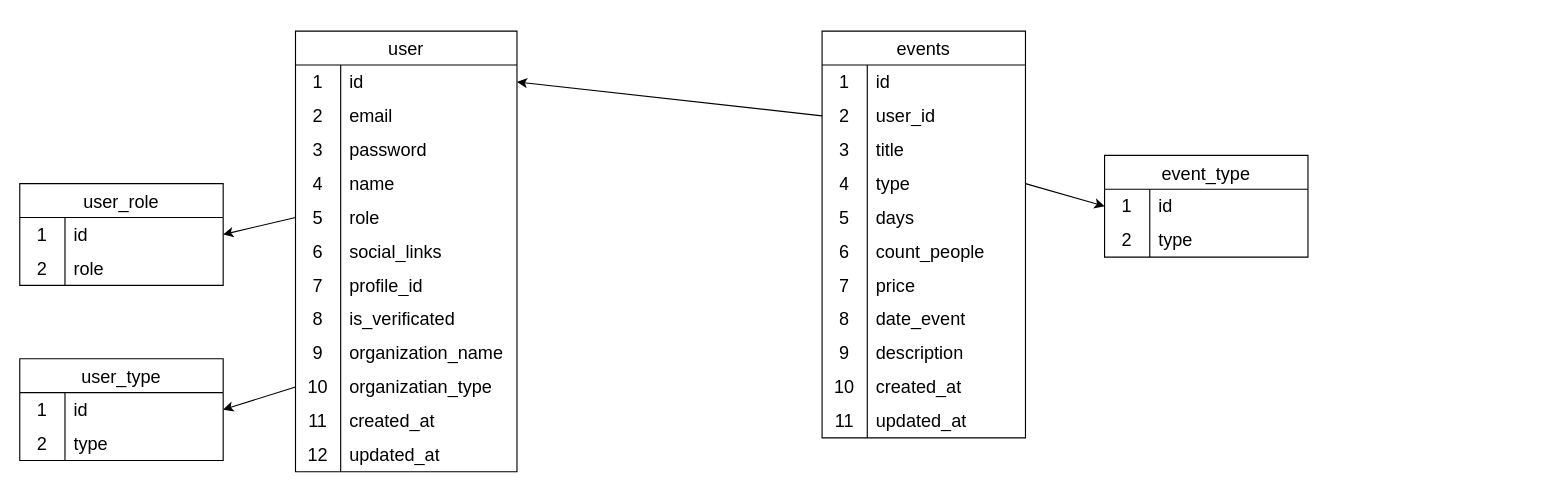
Above: api/prisma/schema/database.drawio in BlackDarkes/NorthGuide (draw.io), before the change. Source tidied: cells renumbered, new cells numbered last; positions are measured from the earlier drawing's top-left corner, leaving out a move shared by most shapes. Both pictures are drawn from the tidied source at 113%, with x=0, y=0 at pixel (19, 31).
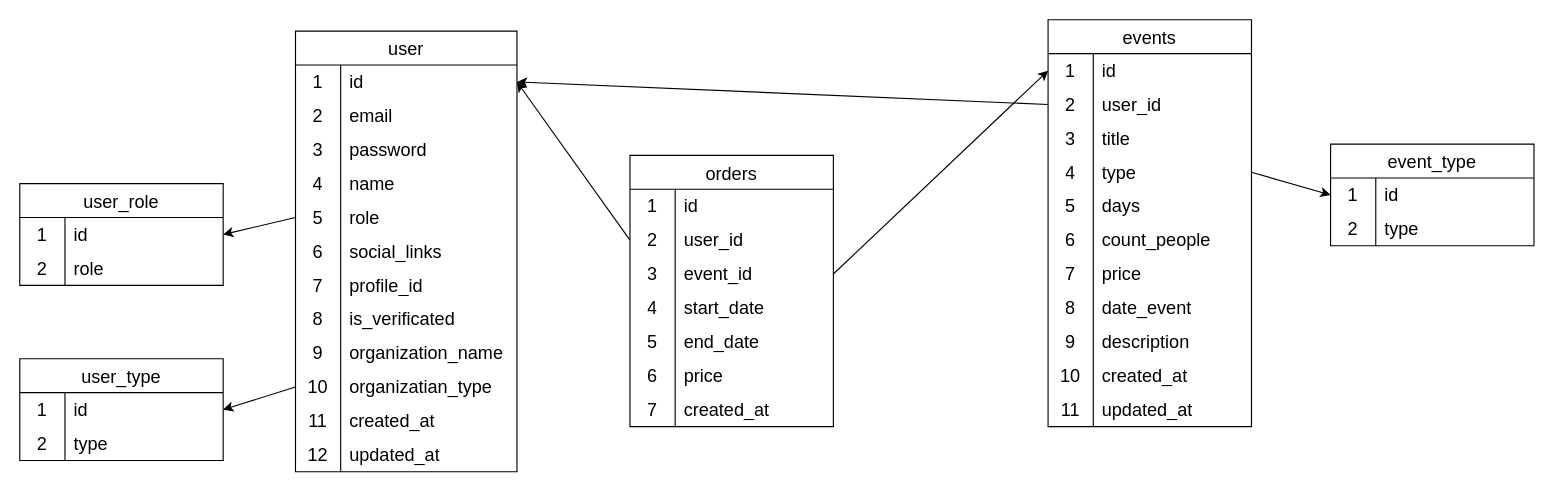
Above is the later version.

Unchanged cells that the change refers to:
```xml
<mxCell id="3" style="shape=tableRow;horizontal=0;startSize=0;swimlaneHead=0;swimlaneBody=0;top=0;left=0;bottom=0;right=0;fillColor=none;points=[[0,0.5],[1,0.5]];portConstraint=eastwest;strokeColor=inherit;fontSize=16;" parent="2" vertex="1">
  <mxGeometry y="30" width="196" height="30" as="geometry" />
</mxCell>
<mxCell id="40" style="shape=tableRow;horizontal=0;startSize=0;swimlaneHead=0;swimlaneBody=0;top=0;left=0;bottom=0;right=0;fillColor=none;points=[[0,0.5],[1,0.5]];portConstraint=eastwest;strokeColor=inherit;fontSize=16;" parent="39" vertex="1">
  <mxGeometry y="30" width="180" height="30" as="geometry" />
</mxCell>
```

The edit, as a diff of the source:
```diff
@@
     <mxCell id="39" value="events" style="shape=table;startSize=30;childLayout=tableLayout;rowLines=0;fontStyle=0;strokeColor=default;fontSize=16;" parent="1" vertex="1">
-      <mxGeometry x="710" width="180" height="360" as="geometry" />
+      <mxGeometry x="910" y="-10" width="180" height="360" as="geometry" />
     </mxCell>
@@
     <mxCell id="74" value="event_type" style="shape=table;startSize=30;childLayout=tableLayout;rowLines=0;fontStyle=0;strokeColor=default;fontSize=16;" parent="1" vertex="1">
-      <mxGeometry x="960" y="110" width="180" height="90" as="geometry" />
+      <mxGeometry x="1160" y="100" width="180" height="90" as="geometry" />
     </mxCell>
@@
+    <mxCell id="98" value="orders" style="shape=table;startSize=30;childLayout=tableLayout;rowLines=0;fontStyle=0;strokeColor=default;fontSize=16;" parent="1" vertex="1">
+      <mxGeometry x="540" y="110" width="180" height="240" as="geometry" />
+    </mxCell>
+    <mxCell id="99" style="shape=tableRow;horizontal=0;startSize=0;swimlaneHead=0;swimlaneBody=0;top=0;left=0;bottom=0;right=0;fillColor=none;strokeColor=inherit;fontSize=16;" parent="98" vertex="1">
+      <mxGeometry y="30" width="180" height="30" as="geometry" />
+    </mxCell>
+    <mxCell id="100" value="1" style="shape=partialRectangle;html=1;whiteSpace=wrap;fillColor=none;top=0;left=0;bottom=0;right=0;overflow=hidden;strokeColor=inherit;fontSize=16;" parent="99" vertex="1">
+      <mxGeometry width="40" height="30" as="geometry" />
+    </mxCell>
+    <mxCell id="101" value="id" style="shape=partialRectangle;html=1;whiteSpace=wrap;fillColor=none;top=0;left=0;bottom=0;right=0;align=left;spacingLeft=6;overflow=hidden;strokeColor=inherit;fontSize=16;" parent="99" vertex="1">
+      <mxGeometry x="40" width="140" height="30" as="geometry" />
+    </mxCell>
+    <mxCell id="102" style="shape=tableRow;horizontal=0;startSize=0;swimlaneHead=0;swimlaneBody=0;top=0;left=0;bottom=0;right=0;fillColor=none;points=[[0,0.5],[1,0.5]];portConstraint=eastwest;strokeColor=inherit;fontSize=16;" parent="98" vertex="1">
+      <mxGeometry y="60" width="180" height="30" as="geometry" />
+    </mxCell>
+    <mxCell id="103" value="2" style="shape=partialRectangle;html=1;whiteSpace=wrap;fillColor=none;top=0;left=0;bottom=0;right=0;overflow=hidden;strokeColor=inherit;fontSize=16;" parent="102" vertex="1">
+      <mxGeometry width="40" height="30" as="geometry" />
+    </mxCell>
+    <mxCell id="104" value="user_id" style="shape=partialRectangle;html=1;whiteSpace=wrap;fillColor=none;top=0;left=0;bottom=0;right=0;align=left;spacingLeft=6;overflow=hidden;strokeColor=inherit;fontSize=16;" parent="102" vertex="1">
+      <mxGeometry x="40" width="140" height="30" as="geometry" />
+    </mxCell>
+    <mxCell id="105" style="shape=tableRow;horizontal=0;startSize=0;swimlaneHead=0;swimlaneBody=0;top=0;left=0;bottom=0;right=0;fillColor=none;points=[[0,0.5],[1,0.5]];portConstraint=eastwest;strokeColor=inherit;fontSize=16;" parent="98" vertex="1">
+      <mxGeometry y="90" width="180" height="30" as="geometry" />
+    </mxCell>
+    <mxCell id="106" value="3" style="shape=partialRectangle;html=1;whiteSpace=wrap;fillColor=none;top=0;left=0;bottom=0;right=0;overflow=hidden;strokeColor=inherit;fontSize=16;" parent="105" vertex="1">
+      <mxGeometry width="40" height="30" as="geometry" />
+    </mxCell>
+    <mxCell id="107" value="event_id" style="shape=partialRectangle;html=1;whiteSpace=wrap;fillColor=none;top=0;left=0;bottom=0;right=0;align=left;spacingLeft=6;overflow=hidden;strokeColor=inherit;fontSize=16;" parent="105" vertex="1">
+      <mxGeometry x="40" width="140" height="30" as="geometry" />
+    </mxCell>
+    <mxCell id="108" style="shape=tableRow;horizontal=0;startSize=0;swimlaneHead=0;swimlaneBody=0;top=0;left=0;bottom=0;right=0;fillColor=none;strokeColor=inherit;fontSize=16;" parent="98" vertex="1">
+      <mxGeometry y="120" width="180" height="30" as="geometry" />
+    </mxCell>
+    <mxCell id="109" value="4" style="shape=partialRectangle;html=1;whiteSpace=wrap;fillColor=none;top=0;left=0;bottom=0;right=0;overflow=hidden;strokeColor=inherit;fontSize=16;" parent="108" vertex="1">
+      <mxGeometry width="40" height="30" as="geometry" />
+    </mxCell>
+    <mxCell id="110" value="start_date" style="shape=partialRectangle;html=1;whiteSpace=wrap;fillColor=none;top=0;left=0;bottom=0;right=0;align=left;spacingLeft=6;overflow=hidden;strokeColor=inherit;fontSize=16;" parent="108" vertex="1">
+      <mxGeometry x="40" width="140" height="30" as="geometry" />
+    </mxCell>
+    <mxCell id="111" style="shape=tableRow;horizontal=0;startSize=0;swimlaneHead=0;swimlaneBody=0;top=0;left=0;bottom=0;right=0;fillColor=none;strokeColor=inherit;fontSize=16;" parent="98" vertex="1">
+      <mxGeometry y="150" width="180" height="30" as="geometry" />
+    </mxCell>
+    <mxCell id="112" value="5" style="shape=partialRectangle;html=1;whiteSpace=wrap;fillColor=none;top=0;left=0;bottom=0;right=0;overflow=hidden;strokeColor=inherit;fontSize=16;" parent="111" vertex="1">
+      <mxGeometry width="40" height="30" as="geometry" />
+    </mxCell>
+    <mxCell id="113" value="end_date" style="shape=partialRectangle;html=1;whiteSpace=wrap;fillColor=none;top=0;left=0;bottom=0;right=0;align=left;spacingLeft=6;overflow=hidden;strokeColor=inherit;fontSize=16;" parent="111" vertex="1">
+      <mxGeometry x="40" width="140" height="30" as="geometry" />
+    </mxCell>
+    <mxCell id="114" style="shape=tableRow;horizontal=0;startSize=0;swimlaneHead=0;swimlaneBody=0;top=0;left=0;bottom=0;right=0;fillColor=none;strokeColor=inherit;fontSize=16;" parent="98" vertex="1">
+      <mxGeometry y="180" width="180" height="30" as="geometry" />
+    </mxCell>
+    <mxCell id="115" value="6" style="shape=partialRectangle;html=1;whiteSpace=wrap;fillColor=none;top=0;left=0;bottom=0;right=0;overflow=hidden;strokeColor=inherit;fontSize=16;" parent="114" vertex="1">
+      <mxGeometry width="40" height="30" as="geometry" />
+    </mxCell>
+    <mxCell id="116" value="price" style="shape=partialRectangle;html=1;whiteSpace=wrap;fillColor=none;top=0;left=0;bottom=0;right=0;align=left;spacingLeft=6;overflow=hidden;strokeColor=inherit;fontSize=16;" parent="114" vertex="1">
+      <mxGeometry x="40" width="140" height="30" as="geometry" />
+    </mxCell>
+    <mxCell id="117" style="shape=tableRow;horizontal=0;startSize=0;swimlaneHead=0;swimlaneBody=0;top=0;left=0;bottom=0;right=0;fillColor=none;strokeColor=inherit;fontSize=16;" parent="98" vertex="1">
+      <mxGeometry y="210" width="180" height="30" as="geometry" />
+    </mxCell>
+    <mxCell id="118" value="7" style="shape=partialRectangle;html=1;whiteSpace=wrap;fillColor=none;top=0;left=0;bottom=0;right=0;overflow=hidden;strokeColor=inherit;fontSize=16;" parent="117" vertex="1">
+      <mxGeometry width="40" height="30" as="geometry" />
+    </mxCell>
+    <mxCell id="119" value="created_at" style="shape=partialRectangle;html=1;whiteSpace=wrap;fillColor=none;top=0;left=0;bottom=0;right=0;align=left;spacingLeft=6;overflow=hidden;strokeColor=inherit;fontSize=16;" parent="117" vertex="1">
+      <mxGeometry x="40" width="140" height="30" as="geometry" />
+    </mxCell>
+    <mxCell id="120" style="edgeStyle=none;html=1;exitX=0;exitY=0.5;exitDx=0;exitDy=0;entryX=1;entryY=0.5;entryDx=0;entryDy=0;" parent="1" edge="1" source="102" target="3">
+      <mxGeometry relative="1" as="geometry" />
+    </mxCell>
+    <mxCell id="121" style="edgeStyle=none;html=1;exitX=1;exitY=0.5;exitDx=0;exitDy=0;entryX=0;entryY=0.5;entryDx=0;entryDy=0;" parent="1" edge="1" source="105" target="40">
+      <mxGeometry relative="1" as="geometry" />
+    </mxCell>
```
